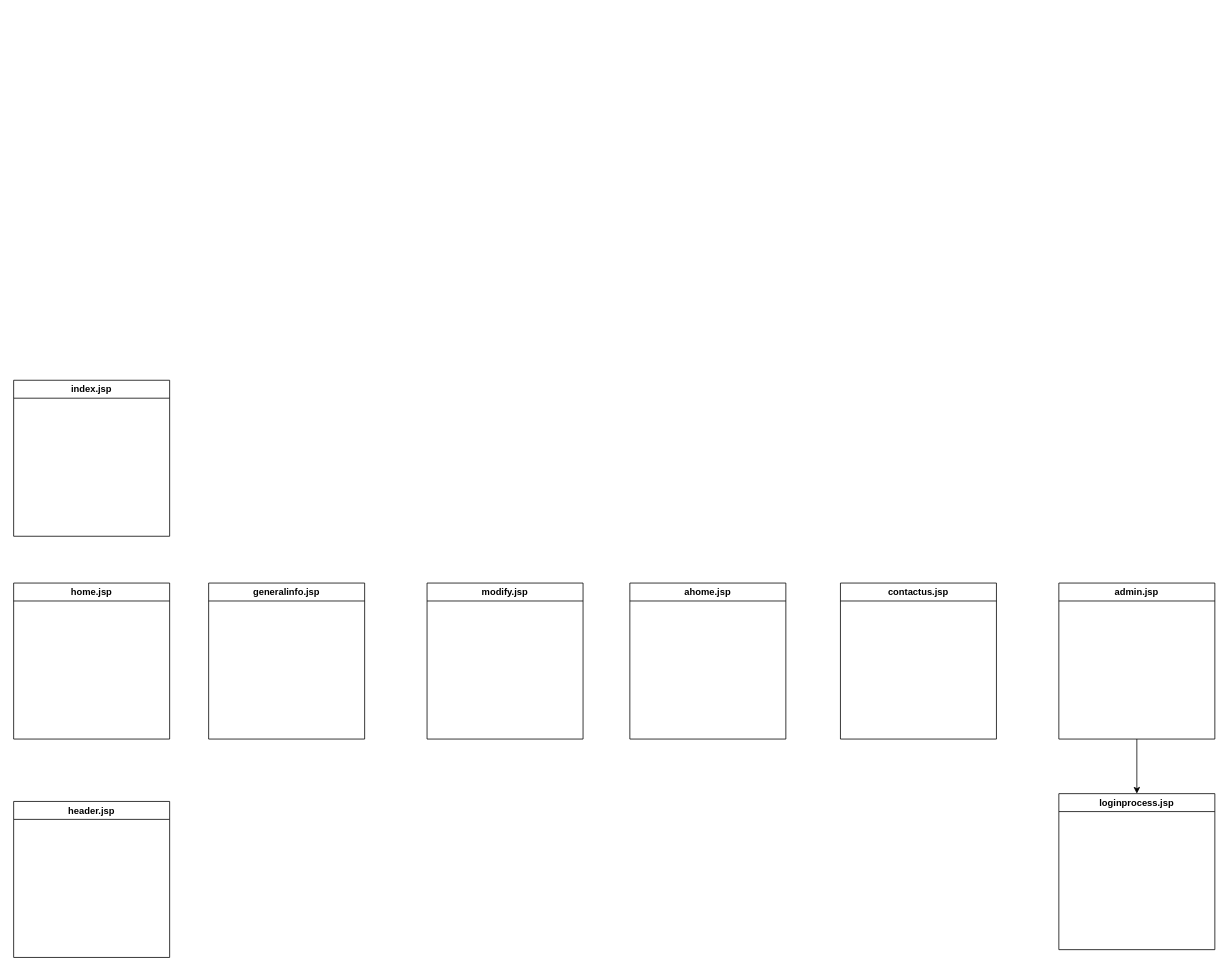
hoangdinhtri49/PaymentBillingSystem keeps this draw.io diagram as PaymentBillingSystem.drawio. Above is the earlier version. Source tidied: cells renumbered, new cells numbered last; positions are measured from the earlier drawing's top-left corner, leaving out a move shared by most shapes. Both pictures are drawn from the tidied source at 78%, with x=0, y=0 at pixel (13, 380).
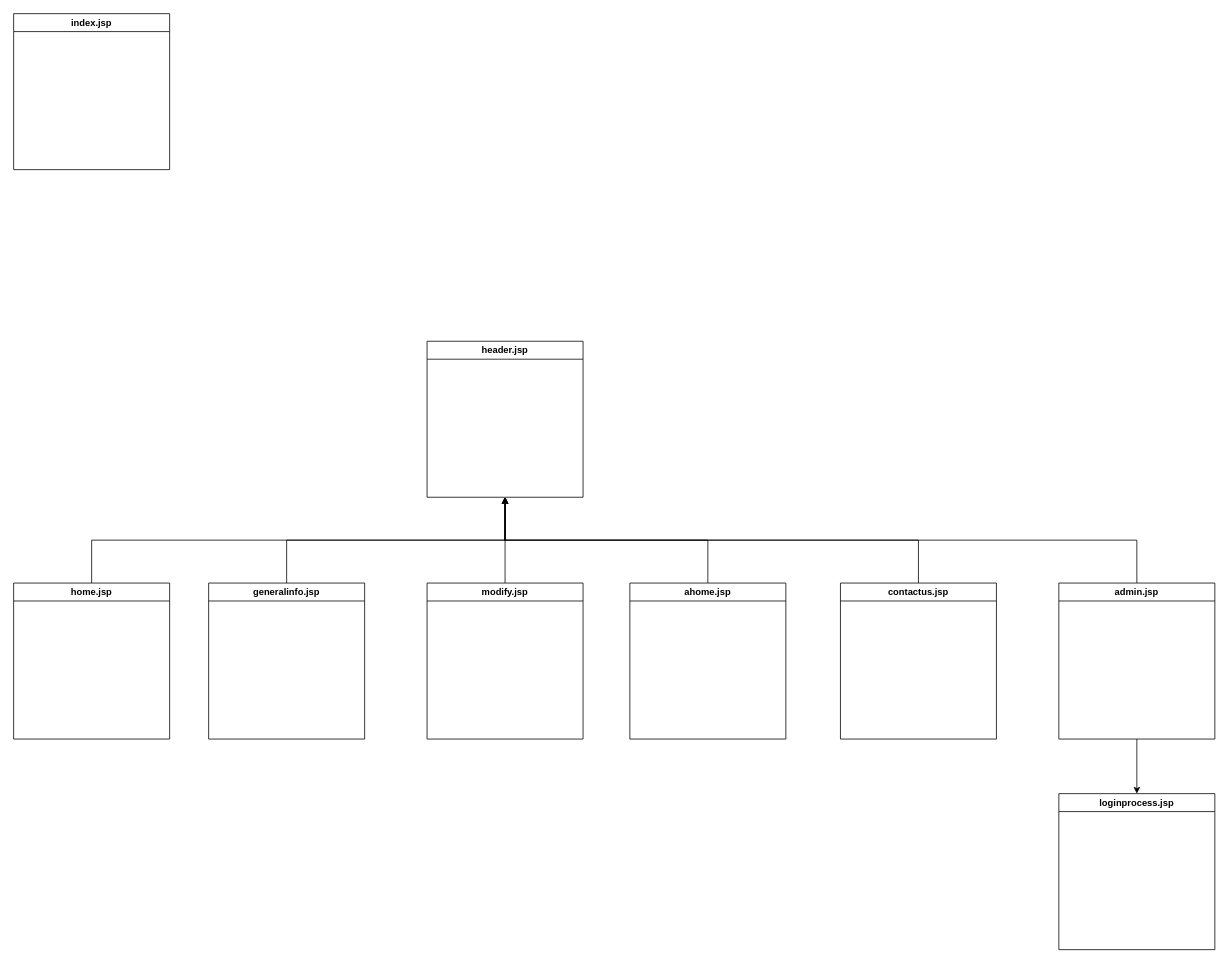
Above is the later version.

What changed in the source:
```diff
@@
 <mxGraphModel>
   <root>
     <mxCell id="0" />
     <mxCell id="1" parent="0" />
     <mxCell id="2" value="index.jsp" style="swimlane;whiteSpace=wrap;html=1;" parent="1" vertex="1">
-      <mxGeometry width="200" height="200" as="geometry" />
+      <mxGeometry y="-470" width="200" height="200" as="geometry" />
     </mxCell>
+    <mxCell id="12" style="edgeStyle=orthogonalEdgeStyle;rounded=0;jettySize=auto;html=1;exitX=0.5;exitY=0;exitDx=0;exitDy=0;entryX=0.5;entryY=1;entryDx=0;entryDy=0;" parent="1" edge="1" source="3" target="9">
+      <mxGeometry relative="1" as="geometry" />
+    </mxCell>
     <mxCell id="3" value="home.jsp" style="swimlane;whiteSpace=wrap;html=1;" parent="1" vertex="1">
       <mxGeometry y="260" width="200" height="200" as="geometry" />
     </mxCell>
+    <mxCell id="13" style="edgeStyle=orthogonalEdgeStyle;rounded=0;jettySize=auto;html=1;exitX=0.5;exitY=0;exitDx=0;exitDy=0;entryX=0.5;entryY=1;entryDx=0;entryDy=0;" parent="1" edge="1" source="4" target="9">
+      <mxGeometry relative="1" as="geometry" />
+    </mxCell>
     <mxCell id="4" value="generalinfo.jsp" style="swimlane;whiteSpace=wrap;html=1;" parent="1" vertex="1">
       <mxGeometry x="250" y="260" width="200" height="200" as="geometry" />
     </mxCell>
+    <mxCell id="14" style="edgeStyle=orthogonalEdgeStyle;rounded=0;jettySize=auto;html=1;exitX=0.5;exitY=0;exitDx=0;exitDy=0;entryX=0.5;entryY=1;entryDx=0;entryDy=0;" parent="1" edge="1" source="5" target="9">
+      <mxGeometry relative="1" as="geometry" />
+    </mxCell>
     <mxCell id="5" value="modify.jsp" style="swimlane;whiteSpace=wrap;html=1;" parent="1" vertex="1">
       <mxGeometry x="530" y="260" width="200" height="200" as="geometry" />
     </mxCell>
+    <mxCell id="15" style="edgeStyle=orthogonalEdgeStyle;rounded=0;jettySize=auto;html=1;exitX=0.5;exitY=0;exitDx=0;exitDy=0;entryX=0.5;entryY=1;entryDx=0;entryDy=0;" parent="1" edge="1" source="6" target="9">
+      <mxGeometry relative="1" as="geometry" />
+    </mxCell>
     <mxCell id="6" value="ahome.jsp" style="swimlane;whiteSpace=wrap;html=1;" parent="1" vertex="1">
       <mxGeometry x="790" y="260" width="200" height="200" as="geometry" />
     </mxCell>
+    <mxCell id="16" style="edgeStyle=orthogonalEdgeStyle;rounded=0;jettySize=auto;html=1;exitX=0.5;exitY=0;exitDx=0;exitDy=0;entryX=0.5;entryY=1;entryDx=0;entryDy=0;" parent="1" edge="1" source="7" target="9">
+      <mxGeometry relative="1" as="geometry" />
+    </mxCell>
     <mxCell id="7" value="contactus.jsp" style="swimlane;whiteSpace=wrap;html=1;" parent="1" vertex="1">
       <mxGeometry x="1060" y="260" width="200" height="200" as="geometry" />
     </mxCell>
+    <mxCell id="17" style="edgeStyle=orthogonalEdgeStyle;rounded=0;jettySize=auto;html=1;exitX=0.5;exitY=0;exitDx=0;exitDy=0;entryX=0.5;entryY=1;entryDx=0;entryDy=0;" parent="1" edge="1" source="8" target="9">
+      <mxGeometry relative="1" as="geometry" />
+    </mxCell>
     <mxCell id="8" value="admin.jsp" style="swimlane;whiteSpace=wrap;html=1;" parent="1" vertex="1">
       <mxGeometry x="1340" y="260" width="200" height="200" as="geometry" />
     </mxCell>
     <mxCell id="9" value="header.jsp" style="swimlane;whiteSpace=wrap;html=1;startSize=23;" parent="1" vertex="1">
-      <mxGeometry y="540" width="200" height="200" as="geometry" />
+      <mxGeometry x="530" y="-50" width="200" height="200" as="geometry" />
     </mxCell>
     <mxCell id="10" value="loginprocess.jsp" style="swimlane;whiteSpace=wrap;html=1;" parent="1" vertex="1">
       <mxGeometry x="1340" y="530" width="200" height="200" as="geometry" />
     </mxCell>
     <mxCell id="11" style="endArrow=classic;html=1;rounded=0;entryX=0.5;entryY=0;entryDx=0;entryDy=0;exitX=0.5;exitY=1;exitDx=0;exitDy=0;" parent="1" edge="1" source="8" target="10">
       <mxGeometry relative="1" as="geometry" />
     </mxCell>
   </root>
 </mxGraphModel>
```
